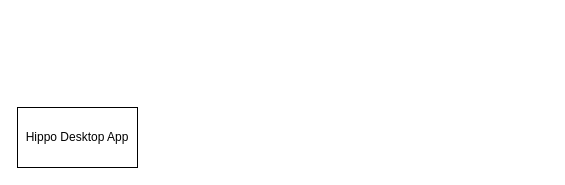
Above: design.drawio in jameskn30/hippo_project (draw.io), before the change. Source tidied: cells renumbered, new cells numbered last; positions are measured from the earlier drawing's top-left corner, leaving out a move shared by most shapes. Both pictures are drawn from the tidied source at 100%, with x=0, y=0 at pixel (17, 107).
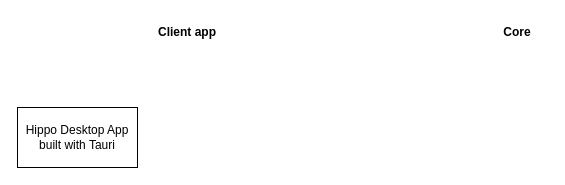
The same page after the edit.

The edit, as a diff of the source:
```diff
@@
 <mxGraphModel>
   <root>
     <mxCell id="0" />
     <mxCell id="1" parent="0" />
-    <mxCell id="2" value="Hippo Desktop App" style="whiteSpace=wrap;html=1;" parent="1" vertex="1">
+    <mxCell id="2" value="Hippo Desktop App&lt;div&gt;built with Tauri&lt;/div&gt;" style="whiteSpace=wrap;html=1;" parent="1" vertex="1">
       <mxGeometry width="120" height="60" as="geometry" />
     </mxCell>
+    <mxCell id="3" value="&lt;b&gt;Client app&lt;/b&gt;" style="text;html=1;whiteSpace=wrap;strokeColor=none;fillColor=none;align=center;verticalAlign=middle;rounded=0;" parent="1" vertex="1">
+      <mxGeometry x="140" y="-90" width="60" height="30" as="geometry" />
+    </mxCell>
+    <mxCell id="4" value="&lt;b&gt;Core&lt;/b&gt;" style="text;html=1;whiteSpace=wrap;strokeColor=none;fillColor=none;align=center;verticalAlign=middle;rounded=0;" parent="1" vertex="1">
+      <mxGeometry x="470" y="-90" width="60" height="30" as="geometry" />
+    </mxCell>
   </root>
 </mxGraphModel>
```
